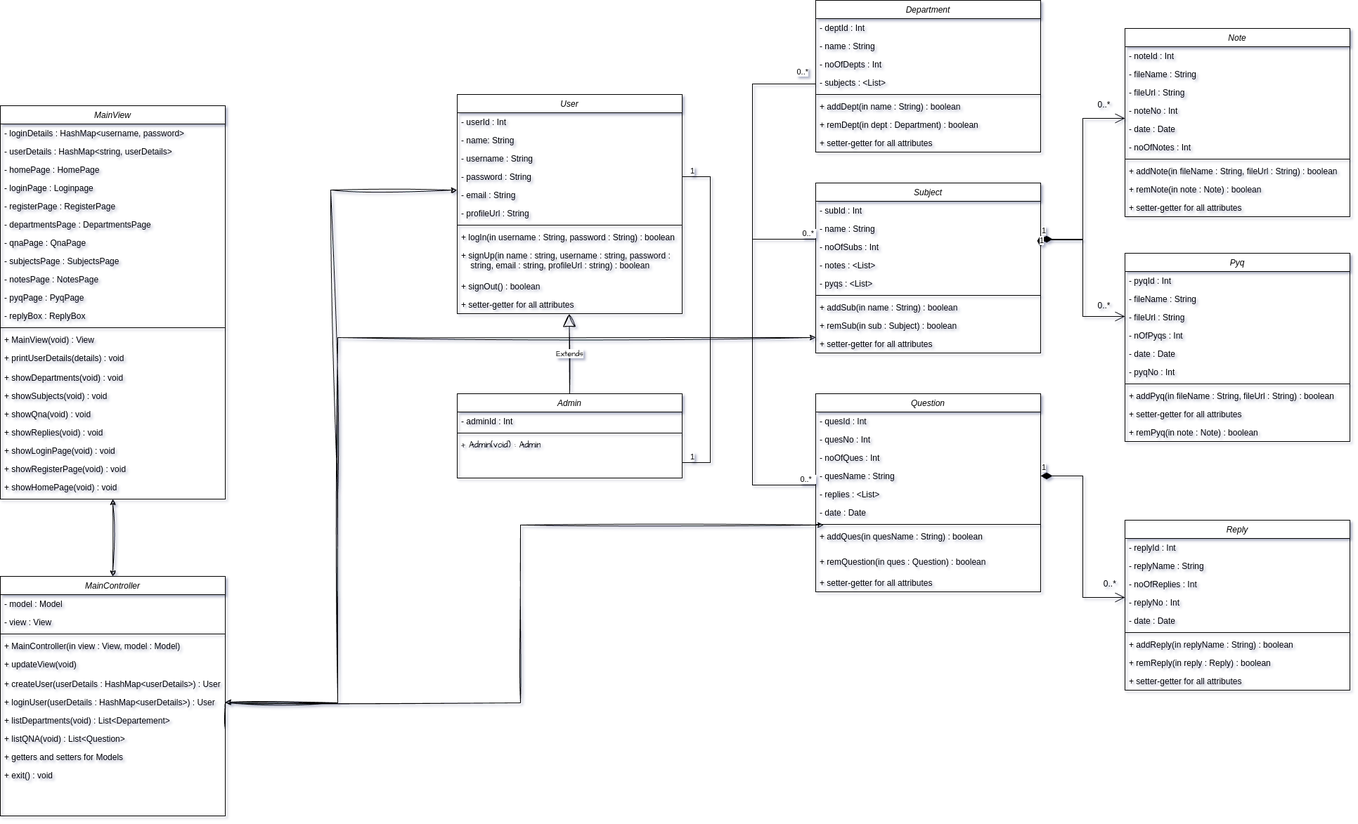
The draw.io diagram ClassDiagram.drawio.png in AnirudhHanda/OneStop-ClassDiagram, before a commit. Source tidied: cells renumbered, new cells last; positions are measured from the earlier drawing's top-left corner, leaving out a move shared by most shapes.
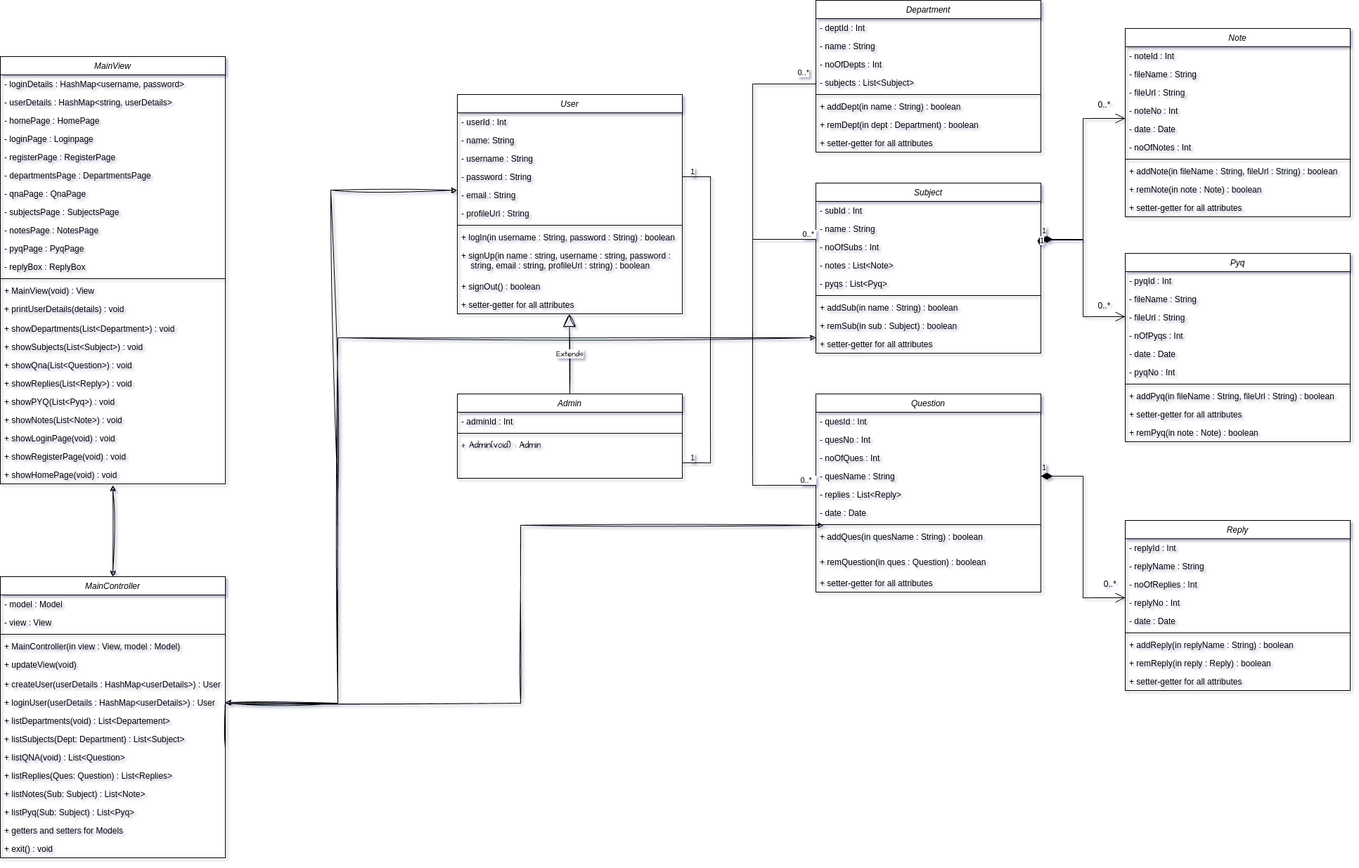
After the commit.

What changed in the source:
```diff
@@ -50,7 +50,7 @@
     <mxCell id="17" value="- noOfDepts : Int" style="text;align=left;verticalAlign=top;spacingLeft=4;spacingRight=4;overflow=hidden;" parent="14" vertex="1">
       <mxGeometry y="78" width="320" height="26" as="geometry" />
     </mxCell>
-    <mxCell id="18" value="- subjects : &lt;List&gt;" style="text;align=left;verticalAlign=top;spacingLeft=4;spacingRight=4;overflow=hidden;rounded=0;shadow=0;html=0;" parent="14" vertex="1">
+    <mxCell id="18" value="- subjects : List&lt;Subject&gt;" style="text;align=left;verticalAlign=top;spacingLeft=4;spacingRight=4;overflow=hidden;rounded=0;shadow=0;html=0;" parent="14" vertex="1">
       <mxGeometry y="104" width="320" height="26" as="geometry" />
     </mxCell>
     <mxCell id="19" style="line;html=1;strokeWidth=1;align=left;verticalAlign=middle;spacingTop=-1;spacingLeft=3;spacingRight=3;labelPosition=right;" parent="14" vertex="1">
@@ -99,10 +99,10 @@
     <mxCell id="29" value="- noOfSubs : Int" style="text;align=left;verticalAlign=top;spacingLeft=4;spacingRight=4;overflow=hidden;points=[[0,0.5],[1,0.5]];portConstraint=eastwest;" parent="26" vertex="1">
       <mxGeometry y="78" width="320" height="26" as="geometry" />
     </mxCell>
-    <mxCell id="30" value="- notes : &lt;List&gt;" style="text;align=left;verticalAlign=top;spacingLeft=4;spacingRight=4;overflow=hidden;rounded=0;shadow=0;html=0;" parent="26" vertex="1">
+    <mxCell id="30" value="- notes : List&lt;Note&gt;" style="text;align=left;verticalAlign=top;spacingLeft=4;spacingRight=4;overflow=hidden;rounded=0;shadow=0;html=0;" parent="26" vertex="1">
       <mxGeometry y="104" width="320" height="26" as="geometry" />
     </mxCell>
-    <mxCell id="31" value="- pyqs : &amp;lt;List&amp;gt;" style="text;strokeColor=none;fillColor=none;align=left;verticalAlign=top;spacingLeft=4;spacingRight=4;overflow=hidden;whiteSpace=wrap;html=1;" parent="26" vertex="1">
+    <mxCell id="31" value="- pyqs : List&amp;lt;Pyq&amp;gt;" style="text;strokeColor=none;fillColor=none;align=left;verticalAlign=top;spacingLeft=4;spacingRight=4;overflow=hidden;whiteSpace=wrap;html=1;" parent="26" vertex="1">
       <mxGeometry y="130" width="320" height="26" as="geometry" />
     </mxCell>
     <mxCell id="32" style="line;html=1;strokeWidth=1;align=left;verticalAlign=middle;spacingTop=-1;spacingLeft=3;spacingRight=3;labelPosition=right;" parent="26" vertex="1">
@@ -143,7 +143,7 @@
     <mxCell id="42" value="- quesName : String" style="text;align=left;verticalAlign=top;spacingLeft=4;spacingRight=4;overflow=hidden;points=[[0,0.5],[1,0.5]];portConstraint=eastwest;rounded=0;shadow=0;html=0;" parent="38" vertex="1">
       <mxGeometry y="104" width="320" height="26" as="geometry" />
     </mxCell>
-    <mxCell id="43" value="- replies : &amp;lt;List&amp;gt;" style="text;strokeColor=none;fillColor=none;align=left;verticalAlign=top;spacingLeft=4;spacingRight=4;overflow=hidden;whiteSpace=wrap;html=1;" parent="38" vertex="1">
+    <mxCell id="43" value="- replies : List&amp;lt;Reply&amp;gt;" style="text;strokeColor=none;fillColor=none;align=left;verticalAlign=top;spacingLeft=4;spacingRight=4;overflow=hidden;whiteSpace=wrap;html=1;" parent="38" vertex="1">
       <mxGeometry y="130" width="320" height="26" as="geometry" />
     </mxCell>
     <mxCell id="44" value="- date : Date" style="text;strokeColor=none;fillColor=none;align=left;verticalAlign=top;spacingLeft=4;spacingRight=4;overflow=hidden;whiteSpace=wrap;html=1;" parent="38" vertex="1">
@@ -332,7 +332,7 @@
       </mxGeometry>
     </mxCell>
     <mxCell id="95" value="MainController" style="swimlane;fontStyle=2;align=center;verticalAlign=top;horizontal=1;startSize=26;rounded=0;shadow=0;strokeWidth=1;" parent="1" vertex="1">
-      <mxGeometry y="820" width="320" height="341" as="geometry" />
+      <mxGeometry y="820" width="320" height="400" as="geometry" />
     </mxCell>
     <mxCell id="96" value="- model : Model" style="text;align=left;verticalAlign=top;spacingLeft=4;spacingRight=4;overflow=hidden;rounded=0;shadow=0;html=0;" parent="95" vertex="1">
       <mxGeometry y="26" width="320" height="26" as="geometry" />
@@ -358,17 +358,29 @@
     <mxCell id="103" value="+ listDepartments(void) : List&lt;Departement&gt;" style="text;align=left;verticalAlign=top;spacingLeft=4;spacingRight=4;overflow=hidden;points=[[0,0.5],[1,0.5]];portConstraint=eastwest;" parent="95" vertex="1">
       <mxGeometry y="192" width="320" height="26" as="geometry" />
     </mxCell>
+    <mxCell id="134" value="+ listSubjects(Dept: Department) : List&lt;Subject&gt;" style="text;align=left;verticalAlign=top;spacingLeft=4;spacingRight=4;overflow=hidden;" parent="95" vertex="1">
+      <mxGeometry y="218" width="320" height="26" as="geometry" />
+    </mxCell>
     <mxCell id="104" value="+ listQNA(void) : List&lt;Question&gt;" style="text;align=left;verticalAlign=top;spacingLeft=4;spacingRight=4;overflow=hidden;points=[[0,0.5],[1,0.5]];portConstraint=eastwest;" parent="95" vertex="1">
-      <mxGeometry y="218" width="320" height="26" as="geometry" />
+      <mxGeometry y="244" width="320" height="26" as="geometry" />
     </mxCell>
+    <mxCell id="135" value="+ listReplies(Ques: Question) : List&lt;Replies&gt;" style="text;align=left;verticalAlign=top;spacingLeft=4;spacingRight=4;overflow=hidden;" parent="95" vertex="1">
+      <mxGeometry y="270" width="320" height="26" as="geometry" />
+    </mxCell>
+    <mxCell id="136" value="+ listNotes(Sub: Subject) : List&lt;Note&gt;" style="text;align=left;verticalAlign=top;spacingLeft=4;spacingRight=4;overflow=hidden;" parent="95" vertex="1">
+      <mxGeometry y="296" width="320" height="26" as="geometry" />
+    </mxCell>
+    <mxCell id="137" value="+ listPyq(Sub: Subject) : List&lt;Pyq&gt;" style="text;align=left;verticalAlign=top;spacingLeft=4;spacingRight=4;overflow=hidden;" parent="95" vertex="1">
+      <mxGeometry y="322" width="320" height="26" as="geometry" />
+    </mxCell>
     <mxCell id="105" value="+ getters and setters for Models" style="text;align=left;verticalAlign=top;spacingLeft=4;spacingRight=4;overflow=hidden;" parent="95" vertex="1">
-      <mxGeometry y="244" width="320" height="26" as="geometry" />
+      <mxGeometry y="348" width="320" height="26" as="geometry" />
     </mxCell>
     <mxCell id="106" value="+ exit() : void" style="text;align=left;verticalAlign=top;spacingLeft=4;spacingRight=4;overflow=hidden;" parent="95" vertex="1">
-      <mxGeometry y="270" width="320" height="26" as="geometry" />
+      <mxGeometry y="374" width="320" height="26" as="geometry" />
     </mxCell>
     <mxCell id="107" value="MainView" style="swimlane;fontStyle=2;align=center;verticalAlign=top;horizontal=1;startSize=26;rounded=0;shadow=0;strokeWidth=1;" parent="1" vertex="1">
-      <mxGeometry y="150" width="320" height="560" as="geometry" />
+      <mxGeometry y="80" width="320" height="608" as="geometry" />
     </mxCell>
     <mxCell id="108" value="- loginDetails : HashMap&lt;username, password&gt;" style="text;align=left;verticalAlign=top;spacingLeft=4;spacingRight=4;overflow=hidden;rounded=0;shadow=0;html=0;" parent="107" vertex="1">
       <mxGeometry y="26" width="320" height="26" as="geometry" />
@@ -412,30 +424,36 @@
     <mxCell id="121" value="+ printUserDetails(details) : void" style="text;align=left;verticalAlign=top;spacingLeft=4;spacingRight=4;overflow=hidden;" parent="107" vertex="1">
       <mxGeometry y="346" width="320" height="28" as="geometry" />
     </mxCell>
-    <mxCell id="122" value="+ showDepartments(void) : void" style="text;align=left;verticalAlign=top;spacingLeft=4;spacingRight=4;overflow=hidden;" parent="107" vertex="1">
+    <mxCell id="122" value="+ showDepartments(List&lt;Department&gt;) : void" style="text;align=left;verticalAlign=top;spacingLeft=4;spacingRight=4;overflow=hidden;" parent="107" vertex="1">
       <mxGeometry y="374" width="320" height="26" as="geometry" />
     </mxCell>
-    <mxCell id="123" value="+ showSubjects(void) : void" style="text;align=left;verticalAlign=top;spacingLeft=4;spacingRight=4;overflow=hidden;" parent="107" vertex="1">
+    <mxCell id="123" value="+ showSubjects(List&lt;Subject&gt;) : void" style="text;align=left;verticalAlign=top;spacingLeft=4;spacingRight=4;overflow=hidden;" parent="107" vertex="1">
       <mxGeometry y="400" width="320" height="26" as="geometry" />
     </mxCell>
-    <mxCell id="124" value="+ showQna(void) : void" style="text;align=left;verticalAlign=top;spacingLeft=4;spacingRight=4;overflow=hidden;" parent="107" vertex="1">
+    <mxCell id="124" value="+ showQna(List&lt;Question&gt;) : void" style="text;align=left;verticalAlign=top;spacingLeft=4;spacingRight=4;overflow=hidden;" parent="107" vertex="1">
       <mxGeometry y="426" width="320" height="26" as="geometry" />
     </mxCell>
-    <mxCell id="125" value="+ showReplies(void) : void" style="text;align=left;verticalAlign=top;spacingLeft=4;spacingRight=4;overflow=hidden;" parent="107" vertex="1">
+    <mxCell id="125" value="+ showReplies(List&lt;Reply&gt;) : void" style="text;align=left;verticalAlign=top;spacingLeft=4;spacingRight=4;overflow=hidden;" parent="107" vertex="1">
       <mxGeometry y="452" width="320" height="26" as="geometry" />
     </mxCell>
+    <mxCell id="138" value="+ showPYQ(List&lt;Pyq&gt;) : void" style="text;align=left;verticalAlign=top;spacingLeft=4;spacingRight=4;overflow=hidden;" parent="107" vertex="1">
+      <mxGeometry y="478" width="320" height="26" as="geometry" />
+    </mxCell>
+    <mxCell id="139" value="+ showNotes(List&lt;Note&gt;) : void" style="text;align=left;verticalAlign=top;spacingLeft=4;spacingRight=4;overflow=hidden;" parent="107" vertex="1">
+      <mxGeometry y="504" width="320" height="26" as="geometry" />
+    </mxCell>
     <mxCell id="126" value="+ showLoginPage(void) : void" style="text;align=left;verticalAlign=top;spacingLeft=4;spacingRight=4;overflow=hidden;" parent="107" vertex="1">
-      <mxGeometry y="478" width="320" height="26" as="geometry" />
+      <mxGeometry y="530" width="320" height="26" as="geometry" />
     </mxCell>
     <mxCell id="127" value="+ showRegisterPage(void) : void" style="text;align=left;verticalAlign=top;spacingLeft=4;spacingRight=4;overflow=hidden;" parent="107" vertex="1">
-      <mxGeometry y="504" width="320" height="26" as="geometry" />
+      <mxGeometry y="556" width="320" height="26" as="geometry" />
     </mxCell>
     <mxCell id="128" value="+ showHomePage(void) : void" style="text;align=left;verticalAlign=top;spacingLeft=4;spacingRight=4;overflow=hidden;" parent="107" vertex="1">
-      <mxGeometry y="530" width="320" height="26" as="geometry" />
+      <mxGeometry y="582" width="320" height="26" as="geometry" />
     </mxCell>
     <mxCell id="129" style="endArrow=classic;startArrow=classic;html=1;rounded=0;sketch=1;hachureGap=4;jiggle=2;curveFitting=1;fontFamily=Architects Daughter;fontSource=https%3A%2F%2Ffonts.googleapis.com%2Fcss%3Ffamily%3DArchitects%2BDaughter;exitX=0.5;exitY=0;exitDx=0;exitDy=0;" parent="1" edge="1" source="95">
       <mxGeometry relative="1" as="geometry">
-        <mxPoint x="160" y="710" as="targetPoint" />
+        <mxPoint x="160" y="690" as="targetPoint" />
       </mxGeometry>
     </mxCell>
     <mxCell id="130" style="endArrow=classic;startArrow=classic;html=1;rounded=0;sketch=1;hachureGap=4;jiggle=2;curveFitting=1;fontFamily=Architects Daughter;fontSource=https%3A%2F%2Ffonts.googleapis.com%2Fcss%3Ffamily%3DArchitects%2BDaughter;exitX=1;exitY=0.5;exitDx=0;exitDy=0;entryX=-0.001;entryY=0.237;entryDx=0;entryDy=0;entryPerimeter=0;" parent="1" edge="1" source="102" target="7">
```
